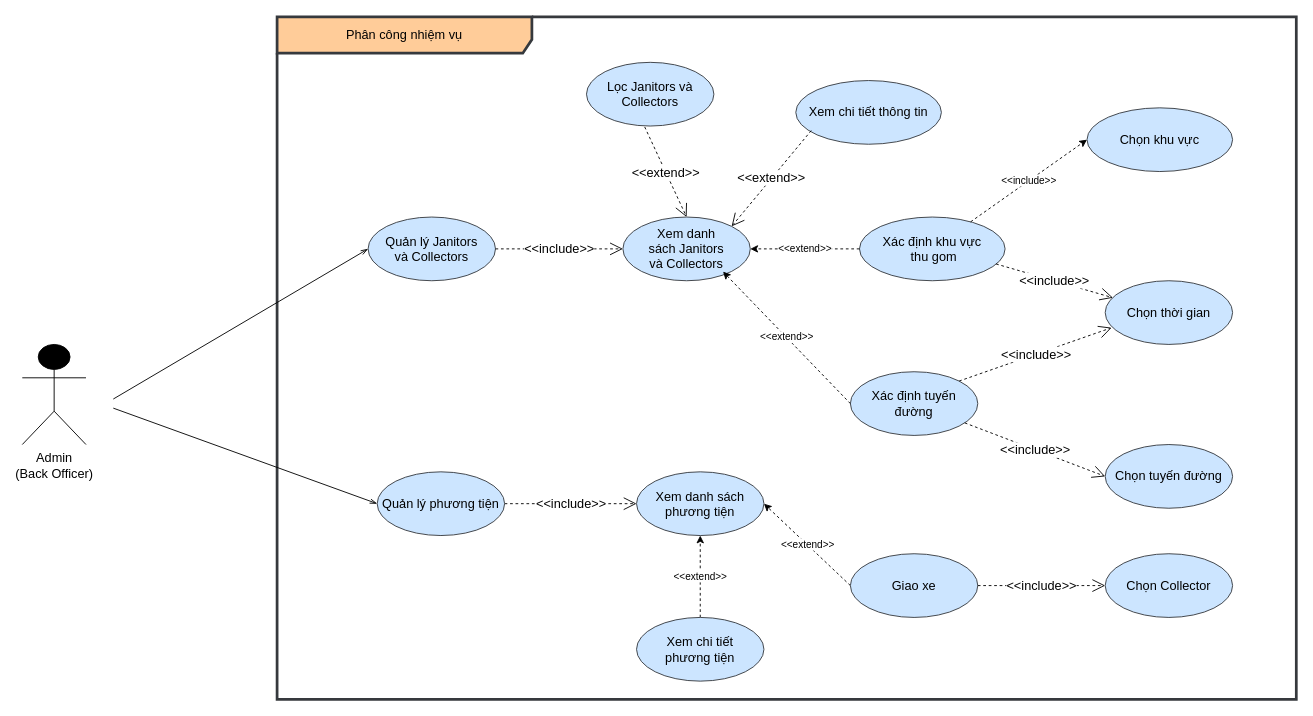
The draw.io diagram Task 1/1.3/Task assignment.drawio in astr0tas/SE-with-Da-Bois---UWC-2.0, before the edit. Source tidied: cells renumbered, new cells numbered last; positions are measured from the earlier drawing's top-left corner, leaving out a move shared by most shapes. Both pictures are drawn from the tidied source at 91%, with x=0, y=0 at pixel (22, 16).
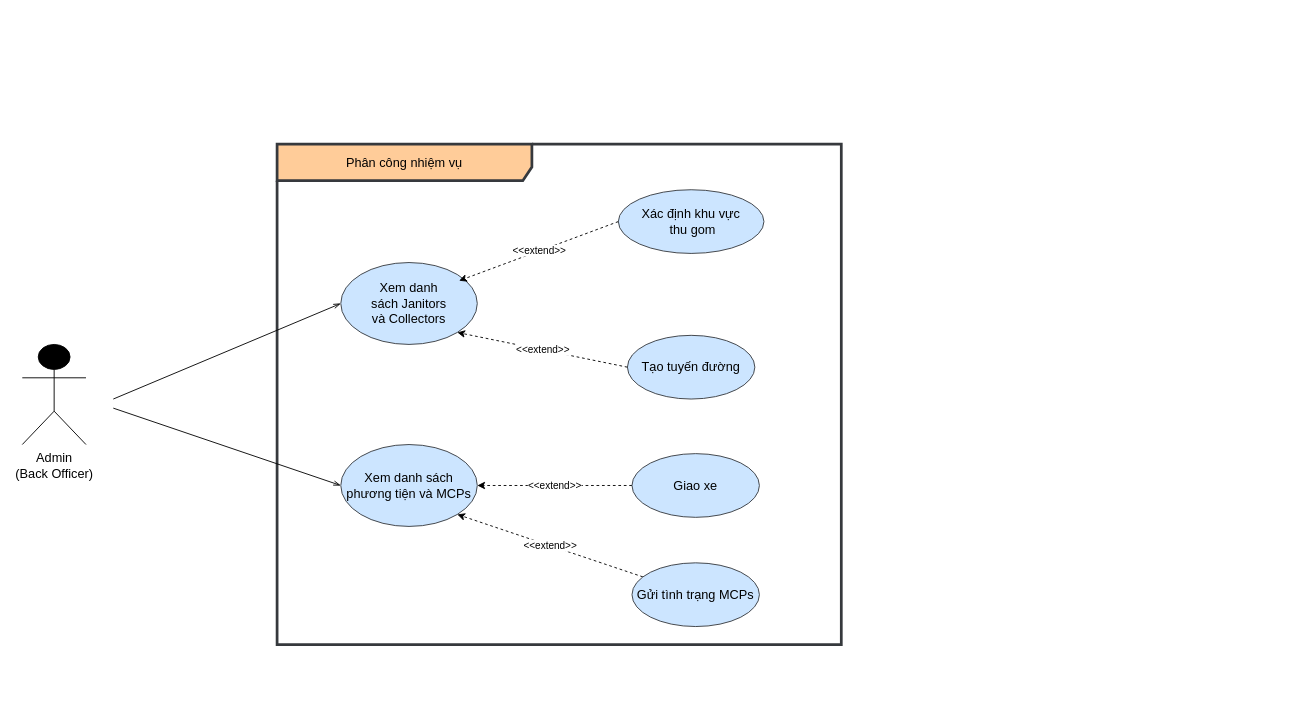
The same page after the edit.

Change to the diagram source:
```diff
@@
     <mxCell id="3" value="Phân công nhiệm vụ" style="shape=umlFrame;whiteSpace=wrap;html=1;fontSize=14;width=280;height=40;fillColor=#ffcc99;strokeColor=#36393d;strokeWidth=3;gradientColor=none;swimlaneFillColor=default;" parent="1" vertex="1">
-      <mxGeometry x="280" width="1120" height="750" as="geometry" />
+      <mxGeometry x="280" y="140" width="620" height="550" as="geometry" />
     </mxCell>
-    <mxCell id="4" value="Xem chi tiết thông tin" style="ellipse;whiteSpace=wrap;html=1;fontSize=14;fillColor=#cce5ff;strokeColor=#36393d;" parent="1" vertex="1">
-      <mxGeometry x="850" y="70" width="160" height="70" as="geometry" />
-    </mxCell>
-    <mxCell id="5" value="Chọn thời gian" style="ellipse;whiteSpace=wrap;html=1;fontSize=14;fillColor=#cce5ff;strokeColor=#36393d;" parent="1" vertex="1">
-      <mxGeometry x="1190" y="290" width="140" height="70" as="geometry" />
-    </mxCell>
-    <mxCell id="6" value="Xác định tuyến đường" style="ellipse;whiteSpace=wrap;html=1;fontSize=14;fillColor=#cce5ff;strokeColor=#36393d;" parent="1" vertex="1">
-      <mxGeometry x="910" y="390" width="140" height="70" as="geometry" />
+    <mxCell id="6" value="Tạo tuyến đường" style="ellipse;whiteSpace=wrap;html=1;fontSize=14;fillColor=#cce5ff;strokeColor=#36393d;" parent="1" vertex="1">
+      <mxGeometry x="665" y="350" width="140" height="70" as="geometry" />
     </mxCell>
-    <mxCell id="7" value="&amp;lt;&amp;lt;extend&amp;gt;&amp;gt;" style="endArrow=open;endSize=12;dashed=1;html=1;rounded=0;fontSize=14;exitX=0.106;exitY=0.786;exitDx=0;exitDy=0;entryX=1;entryY=0;entryDx=0;entryDy=0;exitPerimeter=0;" parent="1" edge="1" source="4" target="8">
-      <mxGeometry relative="1" as="geometry" />
-    </mxCell>
     <mxCell id="8" value="Xem danh sách&amp;nbsp;&lt;a name=&quot;OLE_LINK27&quot;&gt;&lt;span&gt;Janitors&lt;br&gt;và Collectors&lt;/span&gt;&lt;/a&gt;" style="ellipse;whiteSpace=wrap;html=1;fontSize=14;fillColor=#cce5ff;strokeColor=#36393d;" parent="1" vertex="1">
-      <mxGeometry x="660" y="220" width="140" height="70" as="geometry" />
+      <mxGeometry x="350" y="270" width="150" height="90" as="geometry" />
     </mxCell>
-    <mxCell id="9" style="endArrow=openThin;endFill=0;html=1;rounded=0;fontSize=14;entryX=0;entryY=0.5;entryDx=0;entryDy=0;" parent="1" edge="1" target="22">
+    <mxCell id="9" style="endArrow=openThin;endFill=0;html=1;rounded=0;fontSize=14;entryX=0;entryY=0.5;entryDx=0;entryDy=0;" parent="1" edge="1" target="8">
       <mxGeometry relative="1" as="geometry">
         <mxPoint x="100" y="420" as="sourcePoint" />
       </mxGeometry>
     </mxCell>
-    <mxCell id="10" value="Lọc Janitors và Collectors" style="ellipse;whiteSpace=wrap;html=1;fontSize=14;fillColor=#cce5ff;strokeColor=#36393d;" parent="1" vertex="1">
-      <mxGeometry x="620" y="50" width="140" height="70" as="geometry" />
-    </mxCell>
-    <mxCell id="11" value="&amp;lt;&amp;lt;extend&amp;gt;&amp;gt;" style="endArrow=open;endSize=12;dashed=1;html=1;rounded=0;fontSize=14;entryX=0.5;entryY=0;entryDx=0;entryDy=0;exitX=0.457;exitY=1.014;exitDx=0;exitDy=0;exitPerimeter=0;" parent="1" edge="1" source="10" target="8">
-      <mxGeometry relative="1" as="geometry" />
-    </mxCell>
     <mxCell id="12" value="Xác định khu vực&lt;br&gt;&amp;nbsp;thu gom" style="ellipse;whiteSpace=wrap;html=1;fontSize=14;fillColor=#cce5ff;strokeColor=#36393d;" parent="1" vertex="1">
-      <mxGeometry x="920" y="220" width="160" height="70" as="geometry" />
+      <mxGeometry x="655" y="190" width="160" height="70" as="geometry" />
     </mxCell>
-    <mxCell id="13" value="&amp;lt;&amp;lt;extend&amp;gt;&amp;gt;" style="endArrow=classic;html=1;rounded=0;entryX=1;entryY=0.5;entryDx=0;entryDy=0;exitX=0;exitY=0.5;exitDx=0;exitDy=0;dashed=1;" parent="1" edge="1" source="12" target="8">
+    <mxCell id="13" value="&amp;lt;&amp;lt;extend&amp;gt;&amp;gt;" style="endArrow=classic;html=1;rounded=0;exitX=0;exitY=0.5;exitDx=0;exitDy=0;dashed=1;entryX=0.867;entryY=0.222;entryDx=0;entryDy=0;entryPerimeter=0;" parent="1" edge="1" source="12" target="8">
       <mxGeometry relative="1" as="geometry" />
     </mxCell>
-    <mxCell id="14" value="Chọn khu vực" style="ellipse;whiteSpace=wrap;html=1;fontSize=14;fillColor=#cce5ff;strokeColor=#36393d;" parent="1" vertex="1">
-      <mxGeometry x="1170" y="100" width="160" height="70" as="geometry" />
-    </mxCell>
-    <mxCell id="15" value="&amp;lt;&amp;lt;include&amp;gt;&amp;gt;" style="endArrow=classic;html=1;rounded=0;dashed=1;entryX=0;entryY=0.5;entryDx=0;entryDy=0;" parent="1" edge="1" source="12" target="14">
-      <mxGeometry relative="1" as="geometry" />
-    </mxCell>
-    <mxCell id="16" value="&amp;lt;&amp;lt;include&amp;gt;&amp;gt;" style="endArrow=open;endSize=12;dashed=1;html=1;rounded=0;fontSize=14;entryX=0.061;entryY=0.267;entryDx=0;entryDy=0;exitX=0.938;exitY=0.737;exitDx=0;exitDy=0;entryPerimeter=0;exitPerimeter=0;" parent="1" edge="1" source="12" target="5">
-      <mxGeometry relative="1" as="geometry" />
-    </mxCell>
-    <mxCell id="17" value="&amp;lt;&amp;lt;include&amp;gt;&amp;gt;" style="endArrow=open;endSize=12;dashed=1;html=1;rounded=0;fontSize=14;entryX=0;entryY=0.5;entryDx=0;entryDy=0;exitX=1;exitY=0.5;exitDx=0;exitDy=0;" parent="1" edge="1" source="25" target="27">
-      <mxGeometry relative="1" as="geometry" />
-    </mxCell>
@@
-    <mxCell id="19" value="Chọn tuyến đường" style="ellipse;whiteSpace=wrap;html=1;fontSize=14;fillColor=#cce5ff;strokeColor=#36393d;" parent="1" vertex="1">
-      <mxGeometry x="1190" y="470" width="140" height="70" as="geometry" />
-    </mxCell>
-    <mxCell id="20" value="&amp;lt;&amp;lt;include&amp;gt;&amp;gt;" style="endArrow=open;endSize=12;dashed=1;html=1;rounded=0;fontSize=14;entryX=0.051;entryY=0.737;entryDx=0;entryDy=0;exitX=1;exitY=0;exitDx=0;exitDy=0;entryPerimeter=0;" parent="1" edge="1" source="6" target="5">
-      <mxGeometry relative="1" as="geometry" />
-    </mxCell>
-    <mxCell id="21" value="&amp;lt;&amp;lt;include&amp;gt;&amp;gt;" style="endArrow=open;endSize=12;dashed=1;html=1;rounded=0;fontSize=14;entryX=0;entryY=0.5;entryDx=0;entryDy=0;" parent="1" edge="1" source="6" target="19">
-      <mxGeometry relative="1" as="geometry" />
-    </mxCell>
-    <mxCell id="22" value="Quản lý&amp;nbsp;&lt;a name=&quot;OLE_LINK27&quot;&gt;Janitors&lt;br&gt;và Collectors&lt;/a&gt;" style="ellipse;whiteSpace=wrap;html=1;fontSize=14;fillColor=#cce5ff;strokeColor=#36393d;" parent="1" vertex="1">
-      <mxGeometry x="380" y="220" width="140" height="70" as="geometry" />
-    </mxCell>
-    <mxCell id="23" value="&amp;lt;&amp;lt;include&amp;gt;&amp;gt;" style="endArrow=open;endSize=12;dashed=1;html=1;rounded=0;fontSize=14;entryX=0;entryY=0.5;entryDx=0;entryDy=0;exitX=1;exitY=0.5;exitDx=0;exitDy=0;" parent="1" edge="1" source="22" target="8">
-      <mxGeometry relative="1" as="geometry" />
-    </mxCell>
-    <mxCell id="24" value="&amp;lt;&amp;lt;extend&amp;gt;&amp;gt;" style="endArrow=classic;html=1;rounded=0;exitX=0;exitY=0.5;exitDx=0;exitDy=0;dashed=1;" parent="1" edge="1" source="6">
-      <mxGeometry relative="1" as="geometry">
-        <mxPoint x="770" y="280" as="targetPoint" />
-      </mxGeometry>
+    <mxCell id="24" value="&amp;lt;&amp;lt;extend&amp;gt;&amp;gt;" style="endArrow=classic;html=1;rounded=0;exitX=0;exitY=0.5;exitDx=0;exitDy=0;dashed=1;entryX=1;entryY=1;entryDx=0;entryDy=0;" parent="1" edge="1" source="6" target="8">
+      <mxGeometry relative="1" as="geometry" />
     </mxCell>
-    <mxCell id="25" value="Quản lý phương tiện" style="ellipse;whiteSpace=wrap;html=1;fontSize=14;fillColor=#cce5ff;strokeColor=#36393d;" parent="1" vertex="1">
-      <mxGeometry x="390" y="500" width="140" height="70" as="geometry" />
-    </mxCell>
-    <mxCell id="26" style="endArrow=openThin;endFill=0;html=1;rounded=0;fontSize=14;entryX=0;entryY=0.5;entryDx=0;entryDy=0;" parent="1" edge="1" target="25">
+    <mxCell id="26" style="endArrow=openThin;endFill=0;html=1;rounded=0;fontSize=14;entryX=0;entryY=0.5;entryDx=0;entryDy=0;" parent="1" edge="1" target="27">
       <mxGeometry relative="1" as="geometry">
         <mxPoint x="100" y="430" as="sourcePoint" />
       </mxGeometry>
     </mxCell>
-    <mxCell id="27" value="Xem danh sách phương tiện" style="ellipse;whiteSpace=wrap;html=1;fontSize=14;fillColor=#cce5ff;strokeColor=#36393d;" parent="1" vertex="1">
-      <mxGeometry x="675" y="500" width="140" height="70" as="geometry" />
+    <mxCell id="27" value="Xem danh sách phương tiện và MCPs" style="ellipse;whiteSpace=wrap;html=1;fontSize=14;fillColor=#cce5ff;strokeColor=#36393d;" parent="1" vertex="1">
+      <mxGeometry x="350" y="470" width="150" height="90" as="geometry" />
     </mxCell>
-    <mxCell id="28" value="&amp;lt;&amp;lt;extend&amp;gt;&amp;gt;" style="endArrow=classic;html=1;rounded=0;entryX=0.5;entryY=1;entryDx=0;entryDy=0;dashed=1;" parent="1" edge="1" source="30" target="27">
+    <mxCell id="28" value="&amp;lt;&amp;lt;extend&amp;gt;&amp;gt;" style="endArrow=classic;html=1;rounded=0;dashed=1;entryX=1;entryY=1;entryDx=0;entryDy=0;" parent="1" edge="1" source="30" target="27">
       <mxGeometry relative="1" as="geometry" />
     </mxCell>
     <mxCell id="29" value="Giao xe" style="ellipse;whiteSpace=wrap;html=1;fontSize=14;fillColor=#cce5ff;strokeColor=#36393d;" parent="1" vertex="1">
-      <mxGeometry x="910" y="590" width="140" height="70" as="geometry" />
+      <mxGeometry x="670" y="480" width="140" height="70" as="geometry" />
     </mxCell>
-    <mxCell id="30" value="Xem chi tiết &lt;br&gt;phương tiện" style="ellipse;whiteSpace=wrap;html=1;fontSize=14;fillColor=#cce5ff;strokeColor=#36393d;" parent="1" vertex="1">
-      <mxGeometry x="675" y="660" width="140" height="70" as="geometry" />
+    <mxCell id="30" value="Gửi tình trạng MCPs" style="ellipse;whiteSpace=wrap;html=1;fontSize=14;fillColor=#cce5ff;strokeColor=#36393d;" parent="1" vertex="1">
+      <mxGeometry x="670" y="600" width="140" height="70" as="geometry" />
     </mxCell>
-    <mxCell id="31" value="&amp;lt;&amp;lt;include&amp;gt;&amp;gt;" style="endArrow=open;endSize=12;dashed=1;html=1;rounded=0;fontSize=14;entryX=0;entryY=0.5;entryDx=0;entryDy=0;exitX=1;exitY=0.5;exitDx=0;exitDy=0;" parent="1" edge="1" source="29" target="32">
-      <mxGeometry relative="1" as="geometry" />
-    </mxCell>
-    <mxCell id="32" value="Chọn Collector" style="ellipse;whiteSpace=wrap;html=1;fontSize=14;fillColor=#cce5ff;strokeColor=#36393d;" parent="1" vertex="1">
-      <mxGeometry x="1190" y="590" width="140" height="70" as="geometry" />
-    </mxCell>
```
